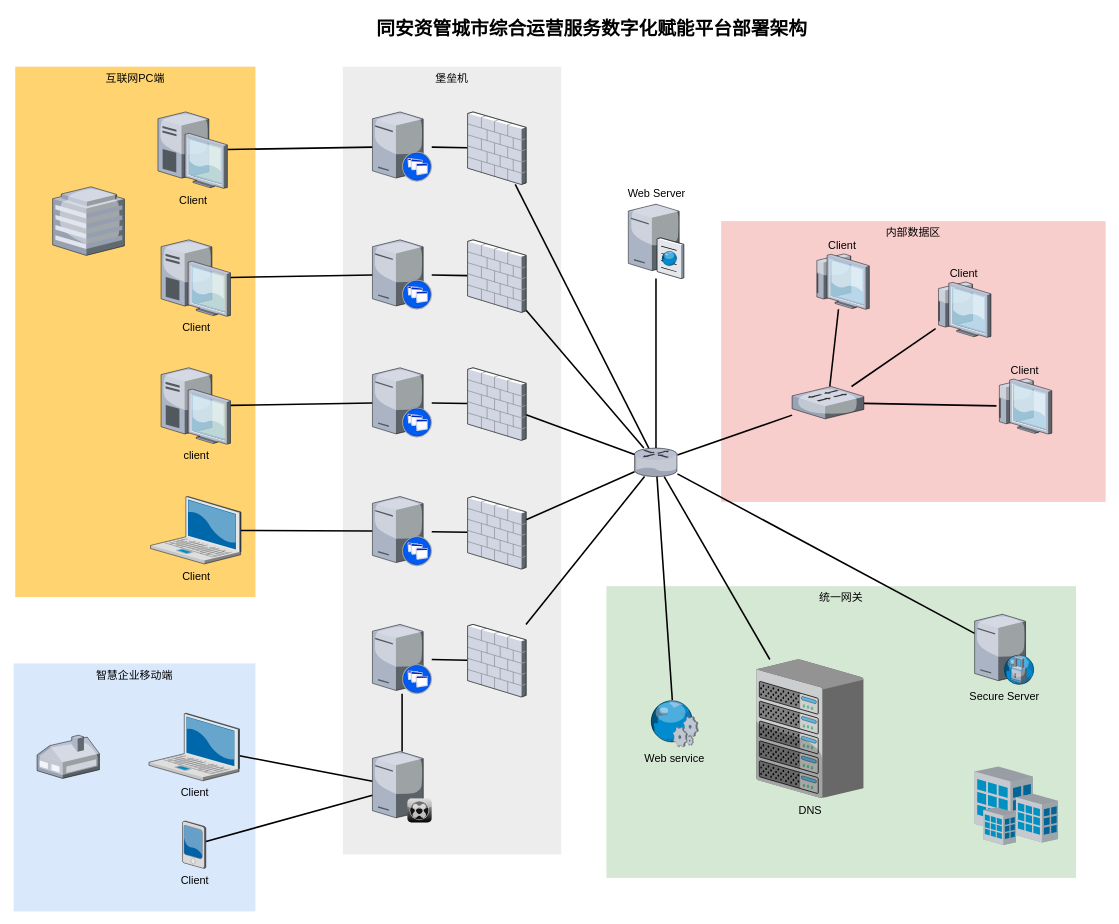
Above: Copy of deployment002.drawio in cjaack2/Images_Repository (draw.io), before the change. Source tidied: cells renumbered, new cells numbered last; positions are measured from the earlier drawing's top-left corner, leaving out a move shared by most shapes. Both pictures are drawn from the tidied source at 78%, with x=0, y=0 at pixel (13, 13).
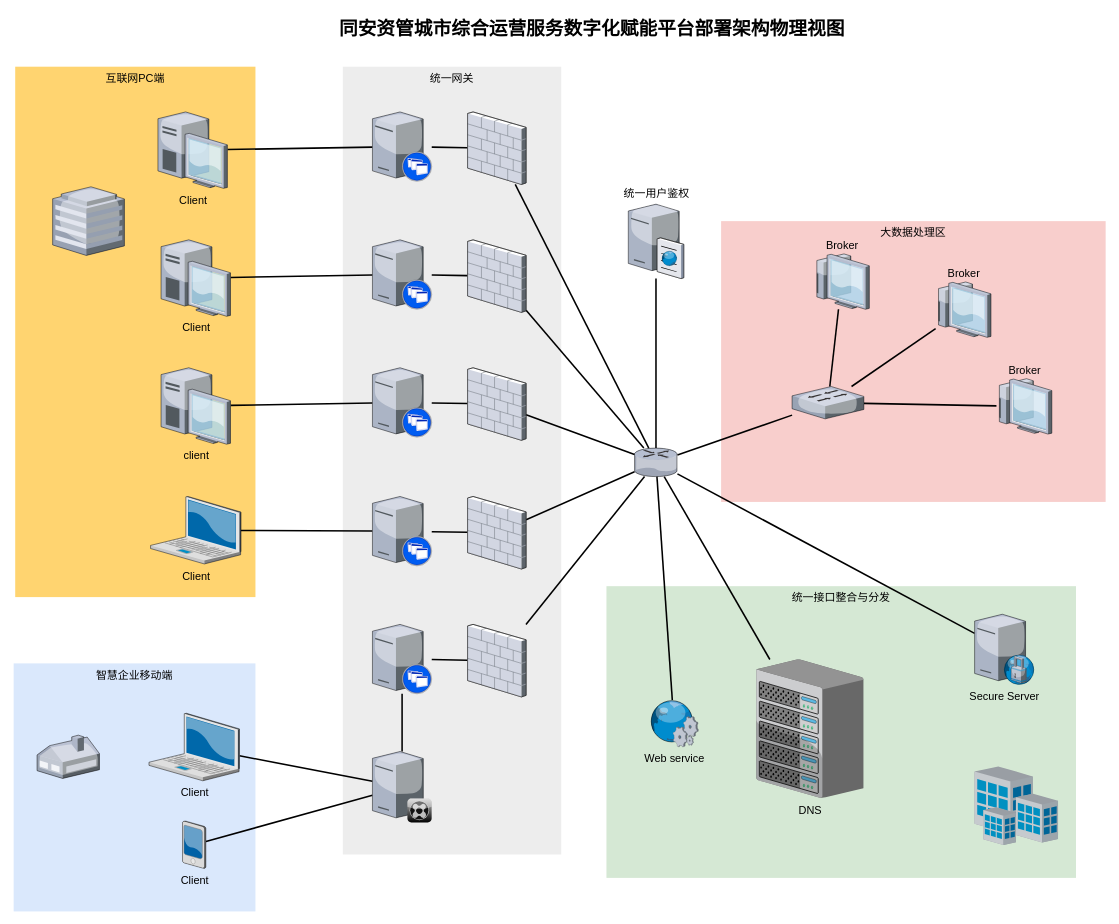
The same page after the edit.

Change to the diagram source:
```diff
@@
-    <mxCell id="2" value="内部数据区" style="whiteSpace=wrap;html=1;fillColor=#f8cecc;fontSize=14;strokeColor=none;verticalAlign=top;" parent="1" vertex="1">
+    <mxCell id="2" value="大数据处理区" style="whiteSpace=wrap;html=1;fillColor=#f8cecc;fontSize=14;strokeColor=none;verticalAlign=top;" parent="1" vertex="1">
       <mxGeometry x="907" y="266" width="493" height="360" as="geometry" />
     </mxCell>
-    <mxCell id="3" value="统一网关" style="whiteSpace=wrap;html=1;fillColor=#d5e8d4;fontSize=14;strokeColor=none;verticalAlign=top;" parent="1" vertex="1">
+    <mxCell id="3" value="统一接口整合与分发" style="whiteSpace=wrap;html=1;fillColor=#d5e8d4;fontSize=14;strokeColor=none;verticalAlign=top;" parent="1" vertex="1">
       <mxGeometry x="760" y="734" width="602" height="374" as="geometry" />
     </mxCell>
-    <mxCell id="4" value="堡垒机" style="whiteSpace=wrap;html=1;fillColor=#EDEDED;fontSize=14;strokeColor=none;verticalAlign=top;" parent="1" vertex="1">
+    <mxCell id="4" value="统一网关" style="whiteSpace=wrap;html=1;fillColor=#EDEDED;fontSize=14;strokeColor=none;verticalAlign=top;" parent="1" vertex="1">
       <mxGeometry x="422" y="68" width="280" height="1010" as="geometry" />
     </mxCell>
@@
-    <mxCell id="36" value="Web Server" style="verticalLabelPosition=top;html=1;verticalAlign=bottom;strokeColor=none;shape=mxgraph.citrix.cache_server;fillColor=#66B2FF;gradientColor=#0066CC;fontSize=14;labelPosition=center;align=center;" parent="1" vertex="1">
+    <mxCell id="36" value="统一用户鉴权" style="verticalLabelPosition=top;html=1;verticalAlign=bottom;strokeColor=none;shape=mxgraph.citrix.cache_server;fillColor=#66B2FF;gradientColor=#0066CC;fontSize=14;labelPosition=center;align=center;" parent="1" vertex="1">
       <mxGeometry x="788" y="242" width="71" height="97.5" as="geometry" />
     </mxCell>
@@
-    <mxCell id="55" value="Client" style="verticalLabelPosition=top;html=1;verticalAlign=bottom;strokeColor=none;shape=mxgraph.citrix.thin_client;fillColor=#66B2FF;gradientColor=#0066CC;fontSize=14;labelPosition=center;align=center;" parent="1" vertex="1">
+    <mxCell id="55" value="Broker" style="verticalLabelPosition=top;html=1;verticalAlign=bottom;strokeColor=none;shape=mxgraph.citrix.thin_client;fillColor=#66B2FF;gradientColor=#0066CC;fontSize=14;labelPosition=center;align=center;" parent="1" vertex="1">
       <mxGeometry x="1260" y="468" width="71" height="71" as="geometry" />
     </mxCell>
-    <mxCell id="56" value="Client" style="verticalLabelPosition=top;html=1;verticalAlign=bottom;strokeColor=none;shape=mxgraph.citrix.thin_client;fillColor=#66B2FF;gradientColor=#0066CC;fontSize=14;labelPosition=center;align=center;" parent="1" vertex="1">
+    <mxCell id="56" value="Broker" style="verticalLabelPosition=top;html=1;verticalAlign=bottom;strokeColor=none;shape=mxgraph.citrix.thin_client;fillColor=#66B2FF;gradientColor=#0066CC;fontSize=14;labelPosition=center;align=center;" parent="1" vertex="1">
       <mxGeometry x="1182" y="344" width="71" height="71" as="geometry" />
     </mxCell>
-    <mxCell id="57" value="Client" style="verticalLabelPosition=top;html=1;verticalAlign=bottom;strokeColor=none;shape=mxgraph.citrix.thin_client;fillColor=#66B2FF;gradientColor=#0066CC;fontSize=14;labelPosition=center;align=center;" parent="1" vertex="1">
+    <mxCell id="57" value="Broker" style="verticalLabelPosition=top;html=1;verticalAlign=bottom;strokeColor=none;shape=mxgraph.citrix.thin_client;fillColor=#66B2FF;gradientColor=#0066CC;fontSize=14;labelPosition=center;align=center;" parent="1" vertex="1">
       <mxGeometry x="1026" y="308" width="71" height="71" as="geometry" />
     </mxCell>
@@
-    <mxCell id="61" value="同安资管城市综合运营服务数字化赋能平台部署架构" style="text;strokeColor=none;fillColor=none;html=1;fontSize=24;fontStyle=1;verticalAlign=middle;align=center;" parent="1" vertex="1">
+    <mxCell id="61" value="同安资管城市综合运营服务数字化赋能平台部署架构物理视图" style="text;strokeColor=none;fillColor=none;html=1;fontSize=24;fontStyle=1;verticalAlign=middle;align=center;" parent="1" vertex="1">
       <mxGeometry x="310" width="861" height="40" as="geometry" />
     </mxCell>
```
